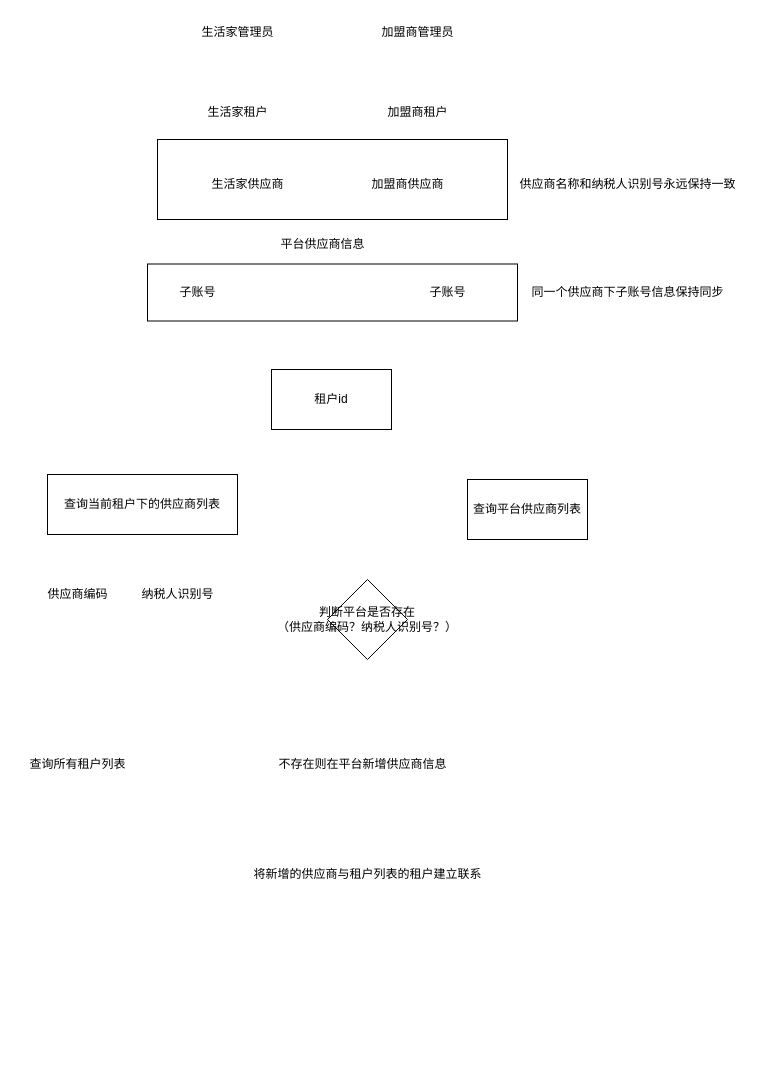
1846872430/shj_chart keeps this draw.io diagram as vms系统分析.drawio. Above is the earlier version. Source tidied: cells renumbered, new cells numbered last; positions are measured from the earlier drawing's top-left corner, leaving out a move shared by most shapes. Both pictures are drawn from the tidied source at 100%, with x=0, y=0 at pixel (17, 17).
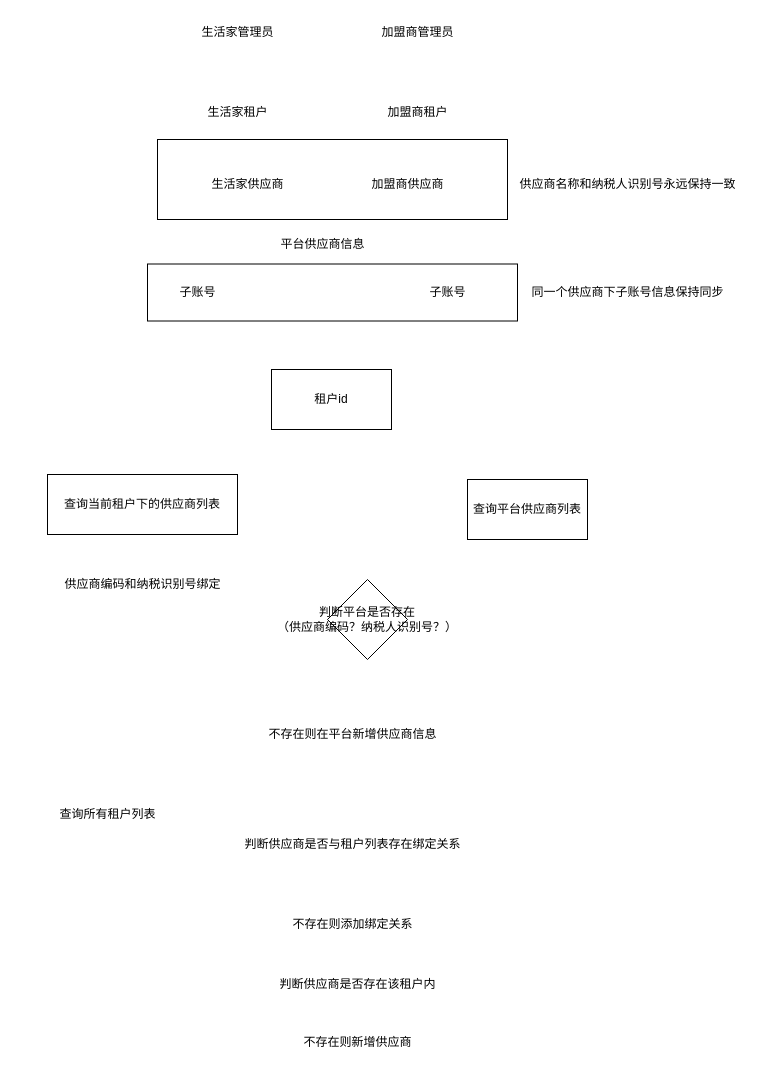
The same page after the edit.

Commit message (it also covers changes not shown here):
更新vms系统分析.drawio

Diff of the diagram source:
```diff
@@
     <mxCell id="13" value="不存在则在平台新增供应商信息" style="text;html=1;align=center;verticalAlign=middle;strokeColor=none;fillColor=none;" parent="1" vertex="1">
-      <mxGeometry x="250" y="732" width="190" height="30" as="geometry" />
+      <mxGeometry x="240" y="702" width="190" height="30" as="geometry" />
     </mxCell>
     <mxCell id="14" value="查询所有租户列表" style="text;html=1;align=center;verticalAlign=middle;strokeColor=none;fillColor=none;" parent="1" vertex="1">
-      <mxGeometry y="732" width="120" height="30" as="geometry" />
+      <mxGeometry x="30" y="782" width="120" height="30" as="geometry" />
     </mxCell>
-    <mxCell id="15" value="将新增的供应商与租户列表的租户建立联系" style="text;html=1;align=center;verticalAlign=middle;strokeColor=none;fillColor=none;" parent="1" vertex="1">
-      <mxGeometry x="225" y="842" width="250" height="30" as="geometry" />
+    <mxCell id="15" value="判断供应商是否与租户列表存在绑定关系" style="text;html=1;align=center;verticalAlign=middle;strokeColor=none;fillColor=none;" parent="1" vertex="1">
+      <mxGeometry x="215" y="812" width="240" height="30" as="geometry" />
     </mxCell>
@@
-    <mxCell id="20" value="供应商编码" style="text;html=1;align=center;verticalAlign=middle;strokeColor=none;fillColor=none;" parent="1" vertex="1">
-      <mxGeometry x="20" y="562" width="80" height="30" as="geometry" />
+    <mxCell id="20" value="供应商编码和纳税识别号绑定" style="text;html=1;align=center;verticalAlign=middle;strokeColor=none;fillColor=none;" parent="1" vertex="1">
+      <mxGeometry x="35" y="552" width="180" height="30" as="geometry" />
     </mxCell>
-    <mxCell id="21" value="纳税人识别号" style="text;html=1;align=center;verticalAlign=middle;strokeColor=none;fillColor=none;" parent="1" vertex="1">
-      <mxGeometry x="110" y="562" width="100" height="30" as="geometry" />
-    </mxCell>
@@
+    <mxCell id="24" value="不存在则添加绑定关系" style="text;html=1;align=center;verticalAlign=middle;strokeColor=none;fillColor=none;" parent="1" vertex="1">
+      <mxGeometry x="265" y="892" width="140" height="30" as="geometry" />
+    </mxCell>
+    <mxCell id="25" value="判断供应商是否存在该租户内" style="text;html=1;align=center;verticalAlign=middle;strokeColor=none;fillColor=none;" parent="1" vertex="1">
+      <mxGeometry x="250" y="952" width="180" height="30" as="geometry" />
+    </mxCell>
+    <mxCell id="26" value="不存在则新增供应商" style="text;html=1;align=center;verticalAlign=middle;strokeColor=none;fillColor=none;" parent="1" vertex="1">
+      <mxGeometry x="275" y="1010" width="130" height="30" as="geometry" />
+    </mxCell>
```
